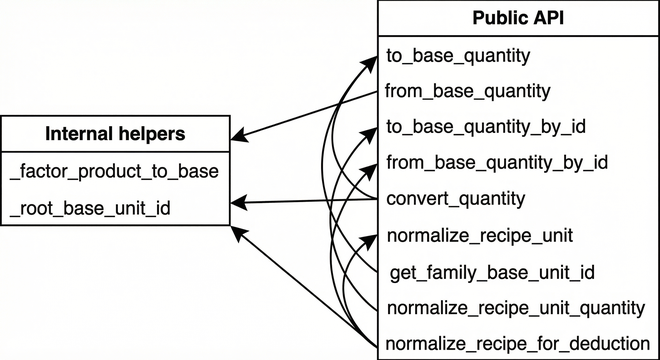
Before: docs/Architecture/images/normalization-02-function-deps.png, a diagram exported from Mermaid (Alanbahena/zenet-mvp-jupyter). Its source is kept beside it as docs/Architecture/images/normalization-02-function-deps.mmd. Source of this version:
```mermaid
flowchart LR
    subgraph internal["Internal helpers"]
        _factor[_factor_product_to_base]
        _root[_root_base_unit_id]
    end

    subgraph public_api["Public API"]
        to_base_quantity
        from_base_quantity
        to_base_quantity_by_id
        from_base_quantity_by_id
        convert_quantity
        get_family_base_unit_id
        normalize_recipe_unit_quantity
        normalize_recipe_for_deduction
    end

    from_base_quantity --> _factor
    to_base_quantity_by_id --> to_base_quantity
    from_base_quantity_by_id --> from_base_quantity
    convert_quantity --> _root
    convert_quantity --> to_base_quantity_by_id
    convert_quantity --> from_base_quantity_by_id
    normalize_recipe_for_deduction --> normalize_recipe_unit_quantity
    normalize_recipe_for_deduction --> get_family_base_unit_id
    normalize_recipe_for_deduction --> to_base_quantity_by_id
    normalize_recipe_for_deduction --> from_base_quantity_by_id
    normalize_recipe_for_deduction --> _root
```
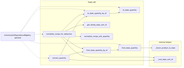
Above is the later version.

The edit, as a diff of the source:
```diff
@@ -15,6 +15,8 @@
         normalize_recipe_for_deduction
     end
 
+    equiv[InventoryUnitEquivalenceRegistry optional]
+
     from_base_quantity --> _factor
     to_base_quantity_by_id --> to_base_quantity
     from_base_quantity_by_id --> from_base_quantity
@@ -26,3 +28,9 @@
     normalize_recipe_for_deduction --> to_base_quantity_by_id
     normalize_recipe_for_deduction --> from_base_quantity_by_id
     normalize_recipe_for_deduction --> _root
+
+    equiv -.-> to_base_quantity
+    equiv -.-> from_base_quantity
+    equiv -.-> to_base_quantity_by_id
+    equiv -.-> convert_quantity
+    equiv -.-> normalize_recipe_for_deduction
```
